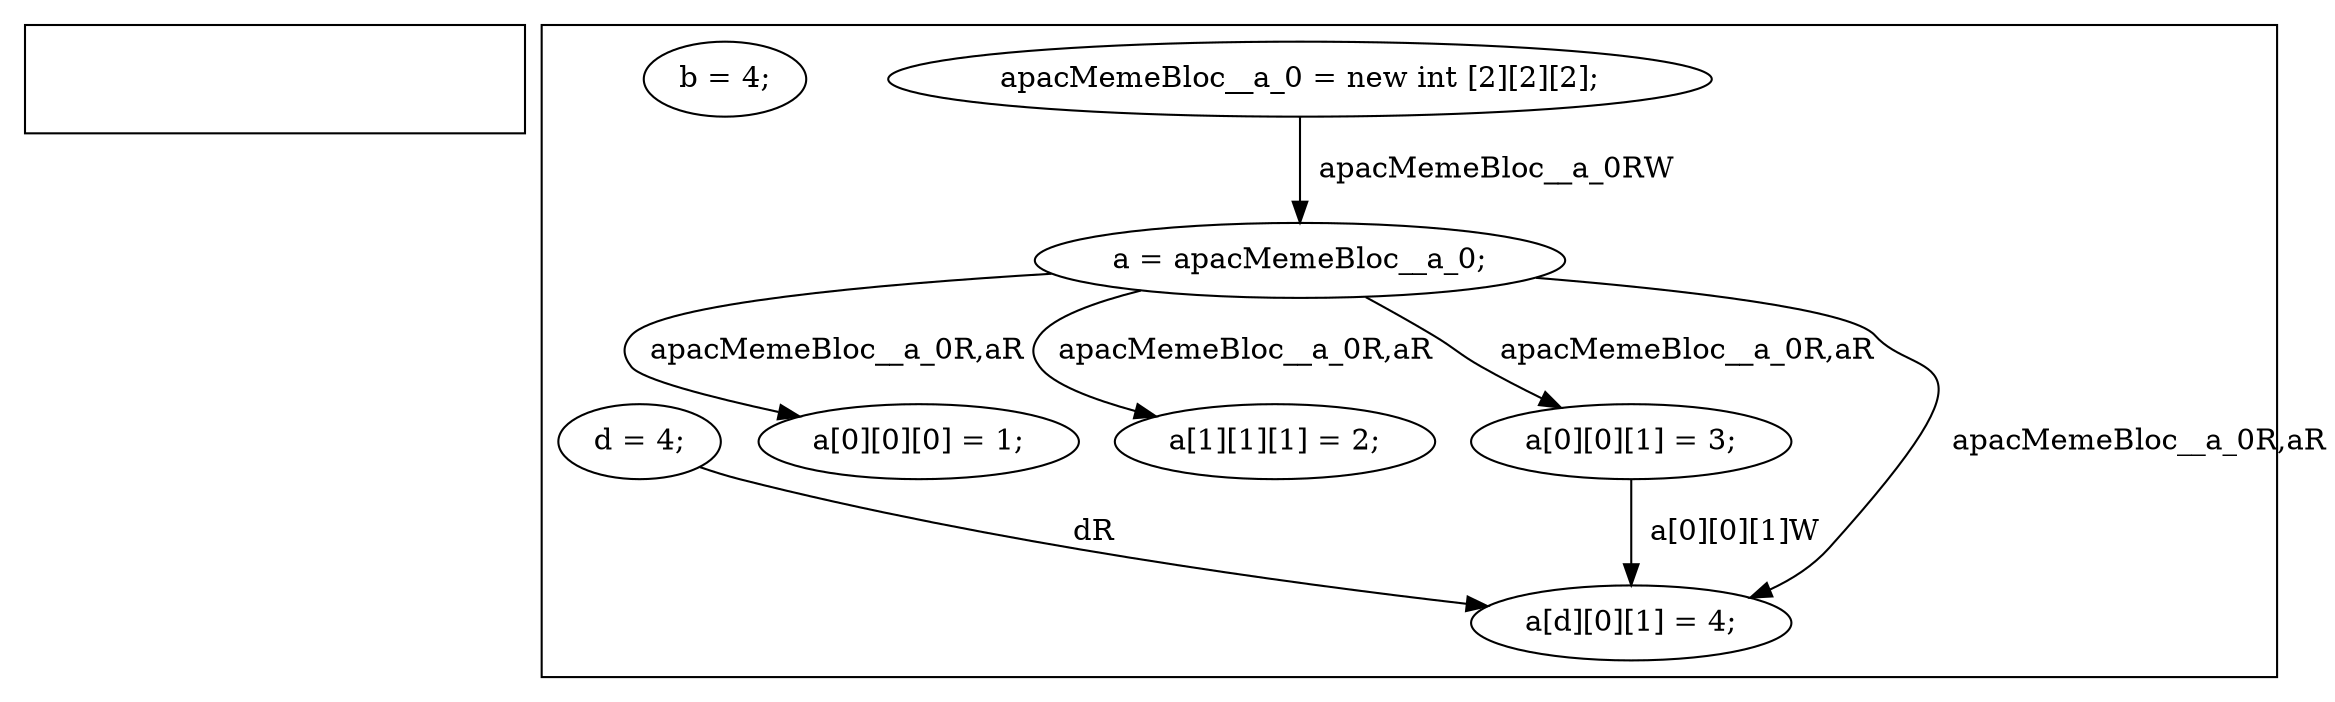
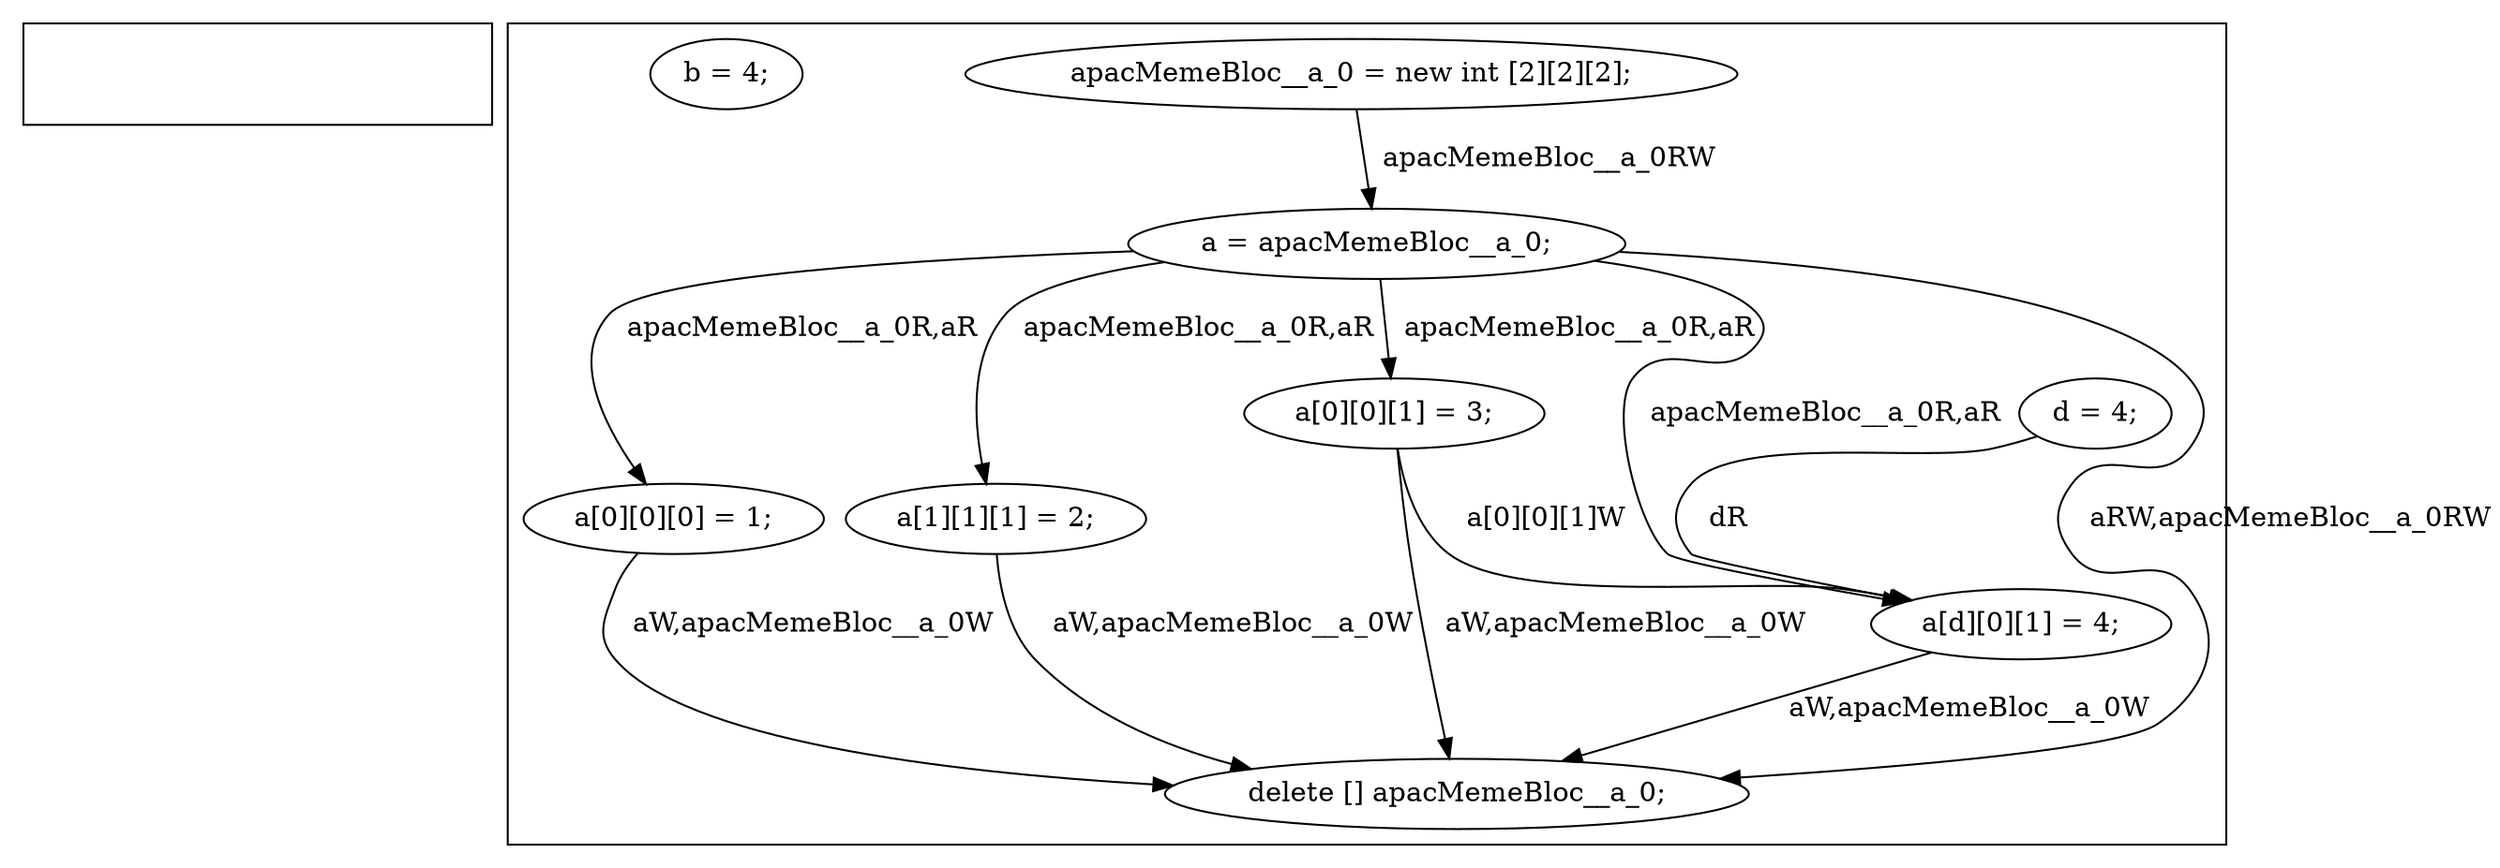
digraph G {
subgraph cluster_f0 {
    invisibleNodeScope_0 [style=invis];
}
subgraph cluster_f1 {
    invisibleNodeScope_1 [style=invis];
    0 [label="apacMemeBloc__a_0 = new int [2][2][2];"];
    1 [label="a = apacMemeBloc__a_0;"];
    2 [label="b = 4;"];
    3 [label="d = 4;"];
    4 [label="a[0][0][0] = 1;"];
    5 [label="a[1][1][1] = 2;"];
    6 [label="a[0][0][1] = 3;"];
    7 [label="a[d][0][1] = 4;"];
+     8 [label="delete [] apacMemeBloc__a_0;"];
}
    0 -> 1[label="  apacMemeBloc__a_0RW"];
+     1 -> 8[label="  aRW,apacMemeBloc__a_0RW"];
    1 -> 7[label="  apacMemeBloc__a_0R,aR"];
    1 -> 6[label="  apacMemeBloc__a_0R,aR"];
    1 -> 5[label="  apacMemeBloc__a_0R,aR"];
    1 -> 4[label="  apacMemeBloc__a_0R,aR"];
    3 -> 7[label="  dR"];
+     4 -> 8[label="  aW,apacMemeBloc__a_0W"];
+     5 -> 8[label="  aW,apacMemeBloc__a_0W"];
+     6 -> 8[label="  aW,apacMemeBloc__a_0W"];
    6 -> 7[label="  a[0][0][1]W"];
+     7 -> 8[label="  aW,apacMemeBloc__a_0W"];
}
